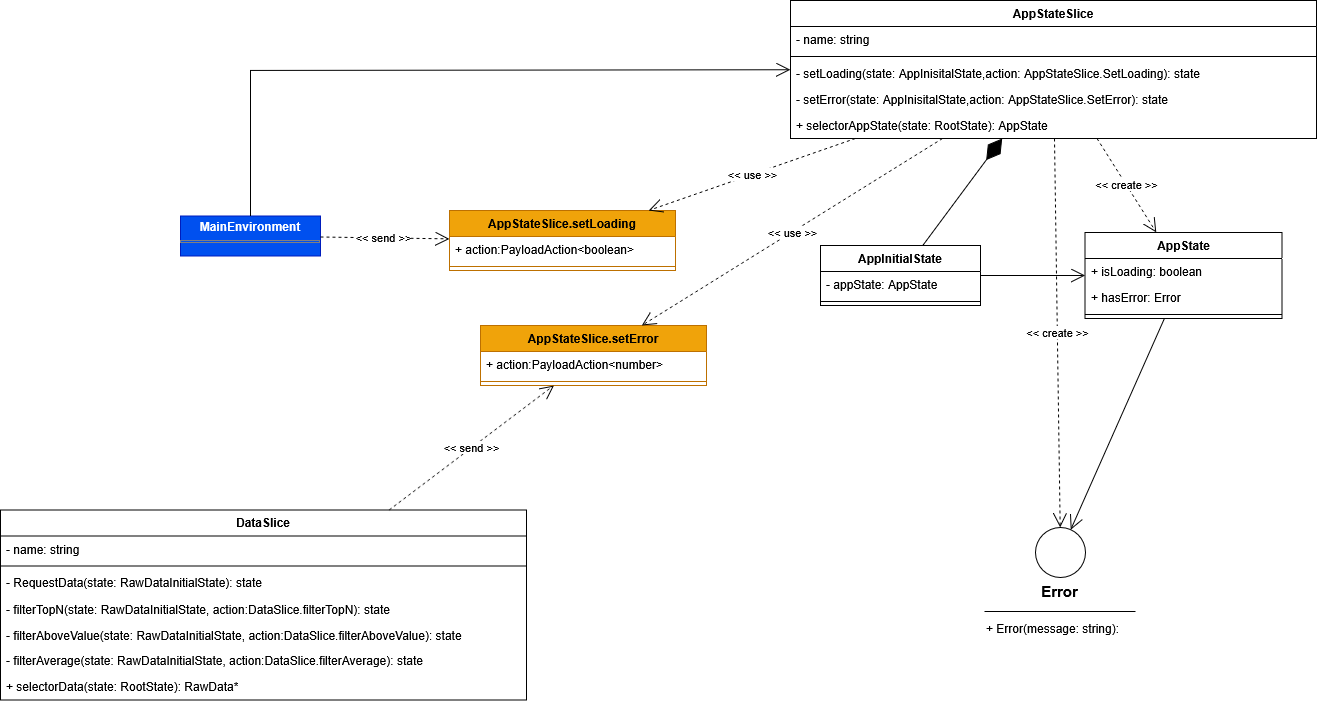
This is Docs/PB/Generali Esterni/specifica_tecnica/template/images/uml_front/logic/appstateslice.png from 6BitBusters/6BitBusters.github.io, a draw.io export, as it was before one commit. Source tidied: cells renumbered, new cells last; positions are measured from the earlier drawing's top-left corner, leaving out a move shared by most shapes. Source of this version:
```xml
<mxGraphModel>
  <root>
    <mxCell id="0" />
    <mxCell id="1" parent="0" />
    <mxCell id="2" value="AppState" style="swimlane;fontStyle=1;align=center;verticalAlign=top;horizontal=1;startSize=26;whiteSpace=wrap;html=1;" parent="1" vertex="1">
      <mxGeometry x="1084.5" y="232" width="197" height="86" as="geometry" />
    </mxCell>
    <mxCell id="3" value="+ isLoading: boolean" style="text;strokeColor=none;fillColor=none;align=left;verticalAlign=top;spacingLeft=4;spacingRight=4;overflow=hidden;whiteSpace=wrap;html=1;" parent="2" vertex="1">
      <mxGeometry y="26" width="197" height="26" as="geometry" />
    </mxCell>
    <mxCell id="4" value="+ hasError: Error" style="text;strokeColor=none;fillColor=none;align=left;verticalAlign=top;spacingLeft=4;spacingRight=4;overflow=hidden;whiteSpace=wrap;html=1;" parent="2" vertex="1">
      <mxGeometry y="52" width="197" height="26" as="geometry" />
    </mxCell>
    <mxCell id="5" style="line;strokeWidth=1;fillColor=none;align=left;verticalAlign=middle;spacingTop=-1;spacingLeft=3;spacingRight=3;labelPosition=right;strokeColor=inherit;" parent="2" vertex="1">
      <mxGeometry y="78" width="197" height="8" as="geometry" />
    </mxCell>
    <mxCell id="6" value="AppStateSlice" style="swimlane;fontStyle=1;align=center;verticalAlign=top;horizontal=1;startSize=26;whiteSpace=wrap;html=1;" parent="1" vertex="1">
      <mxGeometry x="790" width="526" height="138" as="geometry" />
    </mxCell>
    <mxCell id="7" value="- name: string" style="text;strokeColor=none;fillColor=none;align=left;verticalAlign=top;spacingLeft=4;spacingRight=4;overflow=hidden;whiteSpace=wrap;html=1;" parent="6" vertex="1">
      <mxGeometry y="26" width="526" height="26" as="geometry" />
    </mxCell>
    <mxCell id="8" style="line;strokeWidth=1;fillColor=none;align=left;verticalAlign=middle;spacingTop=-1;spacingLeft=3;spacingRight=3;labelPosition=right;strokeColor=inherit;" parent="6" vertex="1">
      <mxGeometry y="52" width="526" height="8" as="geometry" />
    </mxCell>
    <mxCell id="9" value="- setLoading(state: AppInisitalState,action: AppStateSlice.SetLoading): state" style="text;strokeColor=none;fillColor=none;align=left;verticalAlign=top;spacingLeft=4;spacingRight=4;overflow=hidden;whiteSpace=wrap;html=1;" parent="6" vertex="1">
      <mxGeometry y="60" width="526" height="26" as="geometry" />
    </mxCell>
    <mxCell id="10" value="- setError(state: AppInisitalState,action:&amp;nbsp;AppStateSlice.SetError): state" style="text;strokeColor=none;fillColor=none;align=left;verticalAlign=top;spacingLeft=4;spacingRight=4;overflow=hidden;whiteSpace=wrap;html=1;" parent="6" vertex="1">
      <mxGeometry y="86" width="526" height="26" as="geometry" />
    </mxCell>
    <mxCell id="11" value="+ selectorAppState(state: RootState): AppState" style="text;strokeColor=none;fillColor=none;align=left;verticalAlign=top;spacingLeft=4;spacingRight=4;overflow=hidden;whiteSpace=wrap;html=1;" parent="6" vertex="1">
      <mxGeometry y="112" width="526" height="26" as="geometry" />
    </mxCell>
    <mxCell id="12" value="&amp;lt;&amp;lt; create &amp;gt;&amp;gt;" style="endArrow=open;endSize=12;dashed=1;html=1;rounded=0;" parent="1" edge="1" source="6" target="2">
      <mxGeometry relative="1" as="geometry" />
    </mxCell>
    <mxCell id="13" value="AppInitialState" style="swimlane;fontStyle=1;align=center;verticalAlign=top;horizontal=1;startSize=26;whiteSpace=wrap;html=1;" parent="1" vertex="1">
      <mxGeometry x="820" y="245" width="160" height="60" as="geometry" />
    </mxCell>
    <mxCell id="14" value="&lt;div&gt;- appState: AppState&lt;/div&gt;" style="text;strokeColor=none;fillColor=none;align=left;verticalAlign=top;spacingLeft=4;spacingRight=4;overflow=hidden;whiteSpace=wrap;html=1;" parent="13" vertex="1">
      <mxGeometry y="26" width="160" height="26" as="geometry" />
    </mxCell>
    <mxCell id="15" style="line;strokeWidth=1;fillColor=none;align=left;verticalAlign=middle;spacingTop=-1;spacingLeft=3;spacingRight=3;labelPosition=right;strokeColor=inherit;" parent="13" vertex="1">
      <mxGeometry y="52" width="160" height="8" as="geometry" />
    </mxCell>
    <mxCell id="16" style="endArrow=diamondThin;endFill=1;endSize=24;html=1;rounded=0;" parent="1" edge="1" source="13" target="6">
      <mxGeometry relative="1" as="geometry" />
    </mxCell>
    <mxCell id="17" style="endArrow=open;endFill=1;endSize=12;html=1;rounded=0;" parent="1" edge="1" source="13" target="2">
      <mxGeometry relative="1" as="geometry" />
    </mxCell>
    <mxCell id="18" style="ellipse;whiteSpace=wrap;html=1;" parent="1" vertex="1">
      <mxGeometry x="1035" y="527" width="50" height="50" as="geometry" />
    </mxCell>
    <mxCell id="19" style="line;strokeWidth=1;fillColor=none;align=left;verticalAlign=middle;spacingTop=-1;spacingLeft=3;spacingRight=3;labelPosition=right;strokeColor=inherit;" parent="1" vertex="1">
      <mxGeometry x="984" y="607" width="151" height="8" as="geometry" />
    </mxCell>
    <mxCell id="20" value="&lt;b&gt;&lt;font style=&quot;font-size: 15px;&quot;&gt;Error&lt;/font&gt;&lt;/b&gt;" style="text;html=1;align=center;verticalAlign=middle;strokeColor=none;fillColor=none;" parent="1" vertex="1">
      <mxGeometry x="1029" y="576" width="60" height="30" as="geometry" />
    </mxCell>
    <mxCell id="21" value="+ Error(message: string):" style="text;strokeColor=none;fillColor=none;align=left;verticalAlign=top;spacingLeft=4;spacingRight=4;overflow=hidden;whiteSpace=wrap;html=1;" parent="1" vertex="1">
      <mxGeometry x="980" y="615" width="160" height="26" as="geometry" />
    </mxCell>
    <mxCell id="22" value="&amp;lt;&amp;lt; create &amp;gt;&amp;gt;" style="endArrow=open;endSize=12;dashed=1;html=1;rounded=0;" parent="1" edge="1" source="6" target="18">
      <mxGeometry relative="1" as="geometry" />
    </mxCell>
    <mxCell id="23" value="AppStateSlice.setLoading" style="swimlane;fontStyle=1;align=center;verticalAlign=top;horizontal=1;startSize=26;whiteSpace=wrap;html=1;fillColor=#f0a30a;fontColor=#000000;strokeColor=#BD7000;" parent="1" vertex="1">
      <mxGeometry x="449" y="210" width="226" height="60" as="geometry" />
    </mxCell>
    <mxCell id="24" value="+ action:PayloadAction&amp;lt;boolean&amp;gt;" style="text;strokeColor=none;fillColor=none;align=left;verticalAlign=top;spacingLeft=4;spacingRight=4;overflow=hidden;whiteSpace=wrap;html=1;" parent="23" vertex="1">
      <mxGeometry y="26" width="226" height="26" as="geometry" />
    </mxCell>
    <mxCell id="25" style="line;strokeWidth=1;fillColor=none;align=left;verticalAlign=middle;spacingTop=-1;spacingLeft=3;spacingRight=3;labelPosition=right;strokeColor=inherit;" parent="23" vertex="1">
      <mxGeometry y="52" width="226" height="8" as="geometry" />
    </mxCell>
    <mxCell id="26" value="AppStateSlice.setError" style="swimlane;fontStyle=1;align=center;verticalAlign=top;horizontal=1;startSize=26;whiteSpace=wrap;html=1;fillColor=#f0a30a;fontColor=#000000;strokeColor=#BD7000;" parent="1" vertex="1">
      <mxGeometry x="480" y="325" width="226" height="60" as="geometry" />
    </mxCell>
    <mxCell id="27" value="+ action:PayloadAction&amp;lt;number&amp;gt;" style="text;strokeColor=none;fillColor=none;align=left;verticalAlign=top;spacingLeft=4;spacingRight=4;overflow=hidden;whiteSpace=wrap;html=1;" parent="26" vertex="1">
      <mxGeometry y="26" width="226" height="26" as="geometry" />
    </mxCell>
    <mxCell id="28" style="line;strokeWidth=1;fillColor=none;align=left;verticalAlign=middle;spacingTop=-1;spacingLeft=3;spacingRight=3;labelPosition=right;strokeColor=inherit;" parent="26" vertex="1">
      <mxGeometry y="52" width="226" height="8" as="geometry" />
    </mxCell>
    <mxCell id="29" value="&amp;lt;&amp;lt; use &amp;gt;&amp;gt;" style="endArrow=open;endSize=12;dashed=1;html=1;rounded=0;" parent="1" edge="1" source="6" target="23">
      <mxGeometry relative="1" as="geometry" />
    </mxCell>
    <mxCell id="30" value="&amp;lt;&amp;lt; use &amp;gt;&amp;gt;" style="endArrow=open;endSize=12;dashed=1;html=1;rounded=0;" parent="1" edge="1" source="6" target="26">
      <mxGeometry relative="1" as="geometry" />
    </mxCell>
    <mxCell id="31" style="endArrow=open;endFill=1;endSize=12;html=1;rounded=0;" parent="1" edge="1" source="2" target="18">
      <mxGeometry relative="1" as="geometry" />
    </mxCell>
    <mxCell id="32" value="&lt;p style=&quot;margin:0px;margin-top:4px;text-align:center;&quot;&gt;&lt;b&gt;MainEnvironment&lt;/b&gt;&lt;/p&gt;&lt;hr size=&quot;1&quot; style=&quot;border-style:solid;&quot;&gt;&lt;div style=&quot;height:2px;&quot;&gt;&lt;br&gt;&lt;/div&gt;" style="verticalAlign=top;align=left;overflow=fill;html=1;whiteSpace=wrap;fillColor=#0050ef;fontColor=#ffffff;strokeColor=#001DBC;" parent="1" vertex="1">
      <mxGeometry x="180" y="215.5" width="140" height="40" as="geometry" />
    </mxCell>
    <mxCell id="33" value="&amp;lt;&amp;lt; send &amp;gt;&amp;gt;" style="endArrow=open;endSize=12;dashed=1;html=1;rounded=0;" parent="1" edge="1" source="32" target="23">
      <mxGeometry x="-0.01" relative="1" as="geometry" />
    </mxCell>
    <mxCell id="34" style="endArrow=open;endFill=1;endSize=12;html=1;rounded=0;" parent="1" edge="1" source="32" target="6">
      <mxGeometry relative="1" as="geometry">
        <Array as="points">
          <mxPoint x="250" y="70" />
        </Array>
      </mxGeometry>
    </mxCell>
    <mxCell id="35" value="DataSlice" style="swimlane;fontStyle=1;align=center;verticalAlign=top;horizontal=1;startSize=26;whiteSpace=wrap;html=1;" parent="1" vertex="1">
      <mxGeometry y="509.5" width="526" height="190" as="geometry" />
    </mxCell>
    <mxCell id="36" value="- name: string" style="text;strokeColor=none;fillColor=none;align=left;verticalAlign=top;spacingLeft=4;spacingRight=4;overflow=hidden;whiteSpace=wrap;html=1;" parent="35" vertex="1">
      <mxGeometry y="26" width="526" height="26" as="geometry" />
    </mxCell>
    <mxCell id="37" style="line;strokeWidth=1;fillColor=none;align=left;verticalAlign=middle;spacingTop=-1;spacingLeft=3;spacingRight=3;labelPosition=right;strokeColor=inherit;" parent="35" vertex="1">
      <mxGeometry y="52" width="526" height="8" as="geometry" />
    </mxCell>
    <mxCell id="38" value="- RequestData(state: RawDataInitialState): state" style="text;strokeColor=none;fillColor=none;align=left;verticalAlign=top;spacingLeft=4;spacingRight=4;overflow=hidden;whiteSpace=wrap;html=1;" parent="35" vertex="1">
      <mxGeometry y="60" width="526" height="26" as="geometry" />
    </mxCell>
    <mxCell id="39" value="- filterTopN(state: RawDataInitialState, action:DataSlice.filterTopN): state" style="text;strokeColor=none;fillColor=none;align=left;verticalAlign=top;spacingLeft=4;spacingRight=4;overflow=hidden;whiteSpace=wrap;html=1;" parent="35" vertex="1">
      <mxGeometry y="86" width="526" height="26" as="geometry" />
    </mxCell>
    <mxCell id="40" value="- filterAboveValue(state: RawDataInitialState, action:DataSlice.filterAboveValue): state" style="text;strokeColor=none;fillColor=none;align=left;verticalAlign=top;spacingLeft=4;spacingRight=4;overflow=hidden;whiteSpace=wrap;html=1;" parent="35" vertex="1">
      <mxGeometry y="112" width="526" height="26" as="geometry" />
    </mxCell>
    <mxCell id="41" value="- filterAverage(state: RawDataInitialState, action:DataSlice.filterAverage): state" style="text;strokeColor=none;fillColor=none;align=left;verticalAlign=top;spacingLeft=4;spacingRight=4;overflow=hidden;whiteSpace=wrap;html=1;" parent="35" vertex="1">
      <mxGeometry y="138" width="526" height="26" as="geometry" />
    </mxCell>
    <mxCell id="42" value="+ selectorData(state: RootState): RawData*" style="text;strokeColor=none;fillColor=none;align=left;verticalAlign=top;spacingLeft=4;spacingRight=4;overflow=hidden;whiteSpace=wrap;html=1;" parent="35" vertex="1">
      <mxGeometry y="164" width="526" height="26" as="geometry" />
    </mxCell>
    <mxCell id="43" value="&amp;lt;&amp;lt; send &amp;gt;&amp;gt;" style="endArrow=open;endSize=12;dashed=1;html=1;rounded=0;" parent="1" edge="1" source="35" target="26">
      <mxGeometry relative="1" as="geometry" />
    </mxCell>
  </root>
</mxGraphModel>
```
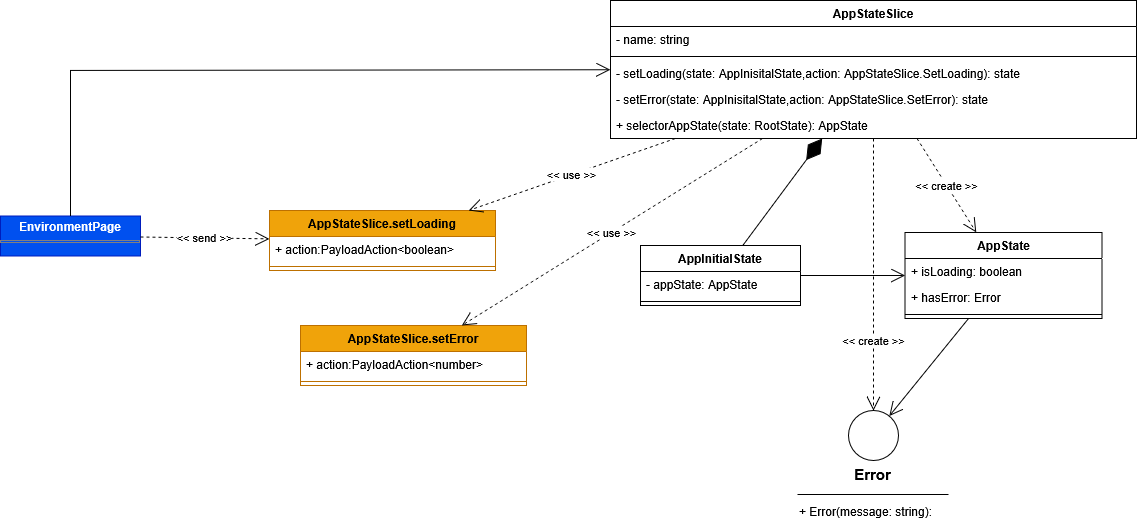
Above is the later version.

The edit, as a diff of the source:
```diff
@@ -51,19 +51,19 @@
       <mxGeometry relative="1" as="geometry" />
     </mxCell>
     <mxCell id="18" style="ellipse;whiteSpace=wrap;html=1;" parent="1" vertex="1">
-      <mxGeometry x="1035" y="527" width="50" height="50" as="geometry" />
+      <mxGeometry x="1028" y="410" width="50" height="50" as="geometry" />
     </mxCell>
     <mxCell id="19" style="line;strokeWidth=1;fillColor=none;align=left;verticalAlign=middle;spacingTop=-1;spacingLeft=3;spacingRight=3;labelPosition=right;strokeColor=inherit;" parent="1" vertex="1">
-      <mxGeometry x="984" y="607" width="151" height="8" as="geometry" />
+      <mxGeometry x="977" y="490" width="151" height="8" as="geometry" />
     </mxCell>
     <mxCell id="20" value="&lt;b&gt;&lt;font style=&quot;font-size: 15px;&quot;&gt;Error&lt;/font&gt;&lt;/b&gt;" style="text;html=1;align=center;verticalAlign=middle;strokeColor=none;fillColor=none;" parent="1" vertex="1">
-      <mxGeometry x="1029" y="576" width="60" height="30" as="geometry" />
+      <mxGeometry x="1022" y="459" width="60" height="30" as="geometry" />
     </mxCell>
     <mxCell id="21" value="+ Error(message: string):" style="text;strokeColor=none;fillColor=none;align=left;verticalAlign=top;spacingLeft=4;spacingRight=4;overflow=hidden;whiteSpace=wrap;html=1;" parent="1" vertex="1">
-      <mxGeometry x="980" y="615" width="160" height="26" as="geometry" />
+      <mxGeometry x="973" y="498" width="160" height="26" as="geometry" />
     </mxCell>
     <mxCell id="22" value="&amp;lt;&amp;lt; create &amp;gt;&amp;gt;" style="endArrow=open;endSize=12;dashed=1;html=1;rounded=0;" parent="1" edge="1" source="6" target="18">
-      <mxGeometry relative="1" as="geometry" />
+      <mxGeometry x="0.49" relative="1" as="geometry" />
     </mxCell>
     <mxCell id="23" value="AppStateSlice.setLoading" style="swimlane;fontStyle=1;align=center;verticalAlign=top;horizontal=1;startSize=26;whiteSpace=wrap;html=1;fillColor=#f0a30a;fontColor=#000000;strokeColor=#BD7000;" parent="1" vertex="1">
       <mxGeometry x="449" y="210" width="226" height="60" as="geometry" />
@@ -92,7 +92,7 @@
     <mxCell id="31" style="endArrow=open;endFill=1;endSize=12;html=1;rounded=0;" parent="1" edge="1" source="2" target="18">
       <mxGeometry relative="1" as="geometry" />
     </mxCell>
-    <mxCell id="32" value="&lt;p style=&quot;margin:0px;margin-top:4px;text-align:center;&quot;&gt;&lt;b&gt;MainEnvironment&lt;/b&gt;&lt;/p&gt;&lt;hr size=&quot;1&quot; style=&quot;border-style:solid;&quot;&gt;&lt;div style=&quot;height:2px;&quot;&gt;&lt;br&gt;&lt;/div&gt;" style="verticalAlign=top;align=left;overflow=fill;html=1;whiteSpace=wrap;fillColor=#0050ef;fontColor=#ffffff;strokeColor=#001DBC;" parent="1" vertex="1">
+    <mxCell id="32" value="&lt;p style=&quot;margin:0px;margin-top:4px;text-align:center;&quot;&gt;&lt;b&gt;EnvironmentPage&lt;/b&gt;&lt;/p&gt;&lt;hr size=&quot;1&quot; style=&quot;border-style:solid;&quot;&gt;&lt;div style=&quot;height:2px;&quot;&gt;&lt;br&gt;&lt;/div&gt;" style="verticalAlign=top;align=left;overflow=fill;html=1;whiteSpace=wrap;fillColor=#0050ef;fontColor=#ffffff;strokeColor=#001DBC;" parent="1" vertex="1">
       <mxGeometry x="180" y="215.5" width="140" height="40" as="geometry" />
     </mxCell>
     <mxCell id="33" value="&amp;lt;&amp;lt; send &amp;gt;&amp;gt;" style="endArrow=open;endSize=12;dashed=1;html=1;rounded=0;" parent="1" edge="1" source="32" target="23">
@@ -105,32 +105,5 @@
         </Array>
       </mxGeometry>
     </mxCell>
-    <mxCell id="35" value="DataSlice" style="swimlane;fontStyle=1;align=center;verticalAlign=top;horizontal=1;startSize=26;whiteSpace=wrap;html=1;" parent="1" vertex="1">
-      <mxGeometry y="509.5" width="526" height="190" as="geometry" />
-    </mxCell>
-    <mxCell id="36" value="- name: string" style="text;strokeColor=none;fillColor=none;align=left;verticalAlign=top;spacingLeft=4;spacingRight=4;overflow=hidden;whiteSpace=wrap;html=1;" parent="35" vertex="1">
-      <mxGeometry y="26" width="526" height="26" as="geometry" />
-    </mxCell>
-    <mxCell id="37" style="line;strokeWidth=1;fillColor=none;align=left;verticalAlign=middle;spacingTop=-1;spacingLeft=3;spacingRight=3;labelPosition=right;strokeColor=inherit;" parent="35" vertex="1">
-      <mxGeometry y="52" width="526" height="8" as="geometry" />
-    </mxCell>
-    <mxCell id="38" value="- RequestData(state: RawDataInitialState): state" style="text;strokeColor=none;fillColor=none;align=left;verticalAlign=top;spacingLeft=4;spacingRight=4;overflow=hidden;whiteSpace=wrap;html=1;" parent="35" vertex="1">
-      <mxGeometry y="60" width="526" height="26" as="geometry" />
-    </mxCell>
-    <mxCell id="39" value="- filterTopN(state: RawDataInitialState, action:DataSlice.filterTopN): state" style="text;strokeColor=none;fillColor=none;align=left;verticalAlign=top;spacingLeft=4;spacingRight=4;overflow=hidden;whiteSpace=wrap;html=1;" parent="35" vertex="1">
-      <mxGeometry y="86" width="526" height="26" as="geometry" />
-    </mxCell>
-    <mxCell id="40" value="- filterAboveValue(state: RawDataInitialState, action:DataSlice.filterAboveValue): state" style="text;strokeColor=none;fillColor=none;align=left;verticalAlign=top;spacingLeft=4;spacingRight=4;overflow=hidden;whiteSpace=wrap;html=1;" parent="35" vertex="1">
-      <mxGeometry y="112" width="526" height="26" as="geometry" />
-    </mxCell>
-    <mxCell id="41" value="- filterAverage(state: RawDataInitialState, action:DataSlice.filterAverage): state" style="text;strokeColor=none;fillColor=none;align=left;verticalAlign=top;spacingLeft=4;spacingRight=4;overflow=hidden;whiteSpace=wrap;html=1;" parent="35" vertex="1">
-      <mxGeometry y="138" width="526" height="26" as="geometry" />
-    </mxCell>
-    <mxCell id="42" value="+ selectorData(state: RootState): RawData*" style="text;strokeColor=none;fillColor=none;align=left;verticalAlign=top;spacingLeft=4;spacingRight=4;overflow=hidden;whiteSpace=wrap;html=1;" parent="35" vertex="1">
-      <mxGeometry y="164" width="526" height="26" as="geometry" />
-    </mxCell>
-    <mxCell id="43" value="&amp;lt;&amp;lt; send &amp;gt;&amp;gt;" style="endArrow=open;endSize=12;dashed=1;html=1;rounded=0;" parent="1" edge="1" source="35" target="26">
-      <mxGeometry relative="1" as="geometry" />
-    </mxCell>
   </root>
 </mxGraphModel>
```
